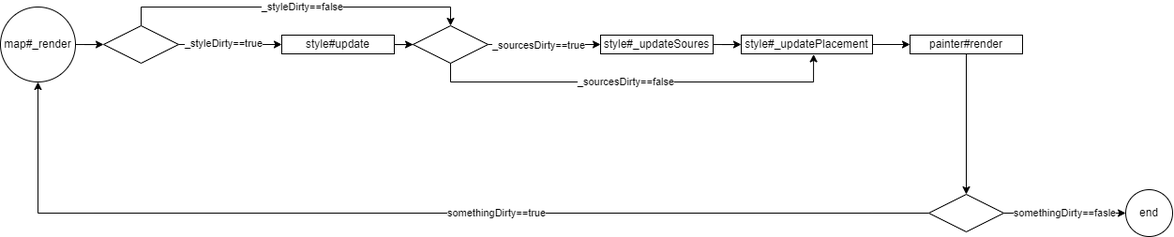
The draw.io diagram 帧更新函数流程图.drawio.png in 472542625/drawio, before a commit. Source tidied: cells renumbered, new cells last; positions are measured from the earlier drawing's top-left corner, leaving out a move shared by most shapes. The source it was exported from:
```xml
<mxGraphModel>
  <root>
    <mxCell id="0" />
    <mxCell id="1" parent="0" />
    <mxCell id="2" style="edgeStyle=orthogonalEdgeStyle;rounded=0;jettySize=auto;html=1;" parent="1" edge="1" source="3" target="16">
      <mxGeometry relative="1" as="geometry" />
    </mxCell>
    <mxCell id="3" value="style#update" style="rounded=0;whiteSpace=wrap;html=1;" parent="1" vertex="1">
      <mxGeometry x="300" y="30" width="120" height="20" as="geometry" />
    </mxCell>
    <mxCell id="4" style="edgeStyle=orthogonalEdgeStyle;rounded=0;jettySize=auto;html=1;entryX=0;entryY=0.5;entryDx=0;entryDy=0;" parent="1" edge="1" source="5" target="7">
      <mxGeometry relative="1" as="geometry" />
    </mxCell>
    <mxCell id="5" value="style#_updateSoures" style="rounded=0;whiteSpace=wrap;html=1;" parent="1" vertex="1">
      <mxGeometry x="640" y="30" width="120" height="20" as="geometry" />
    </mxCell>
    <mxCell id="6" style="edgeStyle=orthogonalEdgeStyle;rounded=0;jettySize=auto;html=1;entryX=0;entryY=0.5;entryDx=0;entryDy=0;" parent="1" edge="1" source="7" target="9">
      <mxGeometry relative="1" as="geometry" />
    </mxCell>
    <mxCell id="7" value="style#_updatePlacement" style="rounded=0;whiteSpace=wrap;html=1;" parent="1" vertex="1">
      <mxGeometry x="790" y="30" width="140" height="20" as="geometry" />
    </mxCell>
    <mxCell id="8" style="edgeStyle=orthogonalEdgeStyle;rounded=0;jettySize=auto;html=1;entryX=0.5;entryY=0;entryDx=0;entryDy=0;" parent="1" edge="1" source="9" target="26">
      <mxGeometry relative="1" as="geometry" />
    </mxCell>
    <mxCell id="9" value="painter#render" style="rounded=0;whiteSpace=wrap;html=1;" parent="1" vertex="1">
      <mxGeometry x="970" y="30" width="120" height="20" as="geometry" />
    </mxCell>
    <mxCell id="10" value="somethingDirty==fasle" style="edgeStyle=orthogonalEdgeStyle;rounded=0;jettySize=auto;html=1;entryX=0.5;entryY=0;entryDx=0;entryDy=0;exitX=1;exitY=0.5;exitDx=0;exitDy=0;" parent="1" edge="1" source="26" target="13">
      <mxGeometry relative="1" as="geometry" />
    </mxCell>
    <mxCell id="11" style="edgeStyle=orthogonalEdgeStyle;rounded=0;jettySize=auto;html=1;entryX=1;entryY=0.5;entryDx=0;entryDy=0;exitX=0;exitY=0.5;exitDx=0;exitDy=0;" parent="1" edge="1" source="26" target="23">
      <mxGeometry relative="1" as="geometry" />
    </mxCell>
    <mxCell id="12" value="somethingDirty==true" style="edgeLabel;html=1;align=center;verticalAlign=middle;" parent="11" vertex="1">
      <mxGeometry x="-0.15" relative="1" as="geometry" />
    </mxCell>
    <mxCell id="13" value="end" style="ellipse;whiteSpace=wrap;html=1;direction=north;" parent="1" vertex="1">
      <mxGeometry x="1200" y="195" width="50" height="50" as="geometry" />
    </mxCell>
    <mxCell id="14" style="edgeStyle=orthogonalEdgeStyle;rounded=0;jettySize=auto;html=1;entryX=0;entryY=0.5;entryDx=0;entryDy=0;" parent="1" edge="1" source="16" target="5">
      <mxGeometry relative="1" as="geometry" />
    </mxCell>
    <mxCell id="15" value="_sourcesDirty==true" style="edgeLabel;html=1;align=center;verticalAlign=middle;" parent="14" vertex="1">
      <mxGeometry x="-0.11" y="-1" relative="1" as="geometry" />
    </mxCell>
    <mxCell id="16" style="rhombus;whiteSpace=wrap;html=1;" parent="1" vertex="1">
      <mxGeometry x="440" y="20" width="80" height="40" as="geometry" />
    </mxCell>
    <mxCell id="17" style="edgeStyle=orthogonalEdgeStyle;rounded=0;jettySize=auto;html=1;entryX=0;entryY=0.5;entryDx=0;entryDy=0;" parent="1" edge="1" source="21" target="3">
      <mxGeometry relative="1" as="geometry" />
    </mxCell>
    <mxCell id="18" value="_styleDirty==true" style="edgeLabel;html=1;align=center;verticalAlign=middle;" parent="17" vertex="1">
      <mxGeometry x="-0.14" y="1" relative="1" as="geometry" />
    </mxCell>
    <mxCell id="19" style="edgeStyle=orthogonalEdgeStyle;rounded=0;jettySize=auto;html=1;entryX=0.5;entryY=0;entryDx=0;entryDy=0;exitX=0.5;exitY=0;exitDx=0;exitDy=0;" parent="1" edge="1" source="21" target="16">
      <mxGeometry relative="1" as="geometry" />
    </mxCell>
    <mxCell id="20" value="_styleDirty==false" style="edgeLabel;html=1;align=center;verticalAlign=middle;" parent="19" vertex="1">
      <mxGeometry x="0.04" relative="1" as="geometry" />
    </mxCell>
    <mxCell id="21" style="rhombus;whiteSpace=wrap;html=1;" parent="1" vertex="1">
      <mxGeometry x="110" y="20" width="80" height="40" as="geometry" />
    </mxCell>
    <mxCell id="22" style="edgeStyle=orthogonalEdgeStyle;rounded=0;jettySize=auto;html=1;entryX=0;entryY=0.5;entryDx=0;entryDy=0;" parent="1" edge="1" source="23" target="21">
      <mxGeometry relative="1" as="geometry" />
    </mxCell>
    <mxCell id="23" value="map#_render" style="ellipse;whiteSpace=wrap;html=1;direction=south;" parent="1" vertex="1">
      <mxGeometry width="80" height="80" as="geometry" />
    </mxCell>
    <mxCell id="24" style="edgeStyle=orthogonalEdgeStyle;rounded=0;jettySize=auto;html=1;entryX=0.551;entryY=1.022;entryDx=0;entryDy=0;entryPerimeter=0;exitX=0.5;exitY=1;exitDx=0;exitDy=0;" parent="1" edge="1" source="16" target="7">
      <mxGeometry relative="1" as="geometry">
        <Array as="points">
          <mxPoint x="480" y="80" />
          <mxPoint x="867" y="80" />
        </Array>
      </mxGeometry>
    </mxCell>
    <mxCell id="25" value="_sourcesDirty==false" style="edgeLabel;html=1;align=center;verticalAlign=middle;" parent="24" vertex="1">
      <mxGeometry x="-0.05" relative="1" as="geometry" />
    </mxCell>
    <mxCell id="26" style="rhombus;whiteSpace=wrap;html=1;" parent="1" vertex="1">
      <mxGeometry x="990" y="200" width="80" height="40" as="geometry" />
    </mxCell>
  </root>
</mxGraphModel>
```
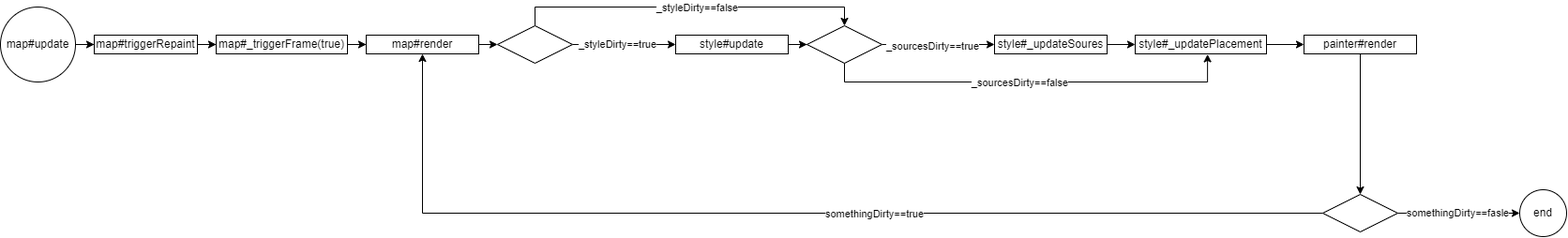
After the commit.

Commit message:
更新帧更新函数流程图.drawio.png

Change to the diagram source:
```diff
@@ -29,7 +29,7 @@
     <mxCell id="10" value="somethingDirty==fasle" style="edgeStyle=orthogonalEdgeStyle;rounded=0;jettySize=auto;html=1;entryX=0.5;entryY=0;entryDx=0;entryDy=0;exitX=1;exitY=0.5;exitDx=0;exitDy=0;" parent="1" edge="1" source="26" target="13">
       <mxGeometry relative="1" as="geometry" />
     </mxCell>
-    <mxCell id="11" style="edgeStyle=orthogonalEdgeStyle;rounded=0;jettySize=auto;html=1;entryX=1;entryY=0.5;entryDx=0;entryDy=0;exitX=0;exitY=0.5;exitDx=0;exitDy=0;" parent="1" edge="1" source="26" target="23">
+    <mxCell id="11" style="edgeStyle=orthogonalEdgeStyle;rounded=0;jettySize=auto;html=1;entryX=0.5;entryY=1;entryDx=0;entryDy=0;exitX=0;exitY=0.5;exitDx=0;exitDy=0;" parent="1" edge="1" source="26" target="27">
       <mxGeometry relative="1" as="geometry" />
     </mxCell>
     <mxCell id="12" value="somethingDirty==true" style="edgeLabel;html=1;align=center;verticalAlign=middle;" parent="11" vertex="1">
@@ -62,12 +62,9 @@
     <mxCell id="21" style="rhombus;whiteSpace=wrap;html=1;" parent="1" vertex="1">
       <mxGeometry x="110" y="20" width="80" height="40" as="geometry" />
     </mxCell>
-    <mxCell id="22" style="edgeStyle=orthogonalEdgeStyle;rounded=0;jettySize=auto;html=1;entryX=0;entryY=0.5;entryDx=0;entryDy=0;" parent="1" edge="1" source="23" target="21">
+    <mxCell id="22" style="edgeStyle=orthogonalEdgeStyle;rounded=0;jettySize=auto;html=1;entryX=0;entryY=0.5;entryDx=0;entryDy=0;exitX=1;exitY=0.5;exitDx=0;exitDy=0;" parent="1" edge="1" source="27" target="21">
       <mxGeometry relative="1" as="geometry" />
     </mxCell>
-    <mxCell id="23" value="map#_render" style="ellipse;whiteSpace=wrap;html=1;direction=south;" parent="1" vertex="1">
-      <mxGeometry width="80" height="80" as="geometry" />
-    </mxCell>
     <mxCell id="24" style="edgeStyle=orthogonalEdgeStyle;rounded=0;jettySize=auto;html=1;entryX=0.551;entryY=1.022;entryDx=0;entryDy=0;entryPerimeter=0;exitX=0.5;exitY=1;exitDx=0;exitDy=0;" parent="1" edge="1" source="16" target="7">
       <mxGeometry relative="1" as="geometry">
         <Array as="points">
@@ -82,5 +79,26 @@
     <mxCell id="26" style="rhombus;whiteSpace=wrap;html=1;" parent="1" vertex="1">
       <mxGeometry x="990" y="200" width="80" height="40" as="geometry" />
     </mxCell>
+    <mxCell id="27" value="map#render" style="rounded=0;whiteSpace=wrap;html=1;" parent="1" vertex="1">
+      <mxGeometry x="-30" y="30" width="120" height="20" as="geometry" />
+    </mxCell>
+    <mxCell id="28" style="edgeStyle=orthogonalEdgeStyle;rounded=0;jettySize=auto;html=1;entryX=0;entryY=0.5;entryDx=0;entryDy=0;" parent="1" edge="1" source="29" target="31">
+      <mxGeometry relative="1" as="geometry" />
+    </mxCell>
+    <mxCell id="29" value="map#triggerRepaint" style="rounded=0;whiteSpace=wrap;html=1;" parent="1" vertex="1">
+      <mxGeometry x="-320" y="30" width="110" height="20" as="geometry" />
+    </mxCell>
+    <mxCell id="30" style="edgeStyle=orthogonalEdgeStyle;rounded=0;jettySize=auto;html=1;entryX=0;entryY=0.5;entryDx=0;entryDy=0;" parent="1" edge="1" source="31" target="27">
+      <mxGeometry relative="1" as="geometry" />
+    </mxCell>
+    <mxCell id="31" value="map#_triggerFrame(true)" style="rounded=0;whiteSpace=wrap;html=1;" parent="1" vertex="1">
+      <mxGeometry x="-190" y="30" width="140" height="20" as="geometry" />
+    </mxCell>
+    <mxCell id="32" style="edgeStyle=orthogonalEdgeStyle;rounded=0;jettySize=auto;html=1;" parent="1" edge="1" source="33" target="29">
+      <mxGeometry relative="1" as="geometry" />
+    </mxCell>
+    <mxCell id="33" value="map#update" style="ellipse;whiteSpace=wrap;html=1;direction=north;" parent="1" vertex="1">
+      <mxGeometry x="-420" width="80" height="80" as="geometry" />
+    </mxCell>
   </root>
 </mxGraphModel>
```
